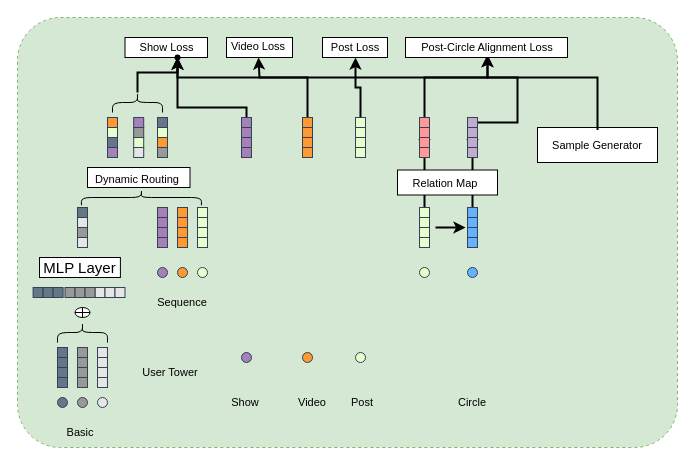
Earlier version of the draw.io diagram mm4p-update.drawio (ronxiao/hello-world). Source tidied: cells renumbered, new cells numbered last; positions are measured from the earlier drawing's top-left corner, leaving out a move shared by most shapes. Both pictures are drawn from the tidied source at 100%, with x=0, y=0 at pixel (17, 17).
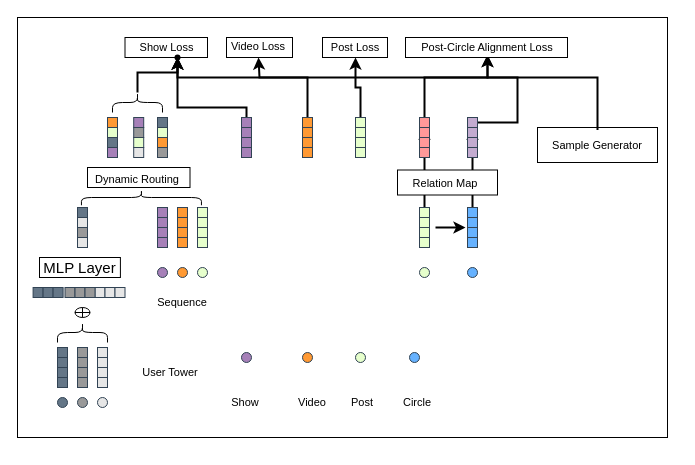
After the change.

Change to the diagram source:
```diff
@@
-    <mxCell id="2" style="rounded=1;whiteSpace=wrap;html=1;dashed=1;fontSize=8;fillColor=#D5E8D4;strokeColor=#82b366;arcSize=10;" parent="1" vertex="1">
-      <mxGeometry width="660" height="430" as="geometry" />
-    </mxCell>
+    <mxCell id="54" value="Basic" style="text;html=1;strokeColor=none;fillColor=none;align=center;verticalAlign=middle;whiteSpace=wrap;rounded=0;fontSize=11;" parent="1" vertex="1">
+      <mxGeometry x="32.5" y="400" width="60" height="30" as="geometry" />
+    </mxCell>
+    <mxCell id="127" style="rounded=0;whiteSpace=wrap;html=1;fillColor=#FFFFFF;" parent="1" vertex="1">
+      <mxGeometry width="650" height="420" as="geometry" />
+    </mxCell>
@@
-    <mxCell id="54" value="Basic" style="text;html=1;strokeColor=none;fillColor=none;align=center;verticalAlign=middle;whiteSpace=wrap;rounded=0;fontSize=11;" parent="1" vertex="1">
-      <mxGeometry x="32.5" y="400" width="60" height="30" as="geometry" />
-    </mxCell>
@@
     <mxCell id="124" value="Circle" style="text;html=1;strokeColor=none;fillColor=none;align=center;verticalAlign=middle;whiteSpace=wrap;rounded=0;fontSize=11;" parent="1" vertex="1">
-      <mxGeometry x="425" y="370" width="60" height="30" as="geometry" />
+      <mxGeometry x="370" y="370" width="60" height="30" as="geometry" />
     </mxCell>
@@
+    <mxCell id="128" style="ellipse;whiteSpace=wrap;html=1;fontSize=6;fillColor=#66B2FF;fontColor=#ffffff;strokeColor=#314354;direction=west;" parent="1" vertex="1">
+      <mxGeometry x="392" y="335" width="10" height="10" as="geometry" />
+    </mxCell>
```
